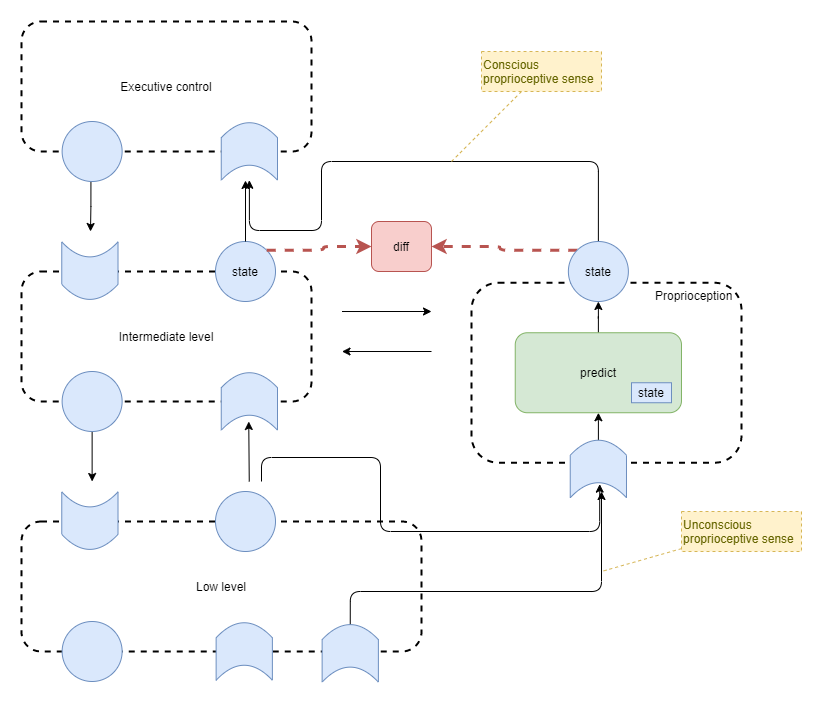
This is files/An-agi-architecture-v1-proprioception.png from malcolmlett/malcolmlett.github.io, a draw.io export, as it was before one commit. Source tidied: cells renumbered, new cells last; positions are measured from the earlier drawing's top-left corner, leaving out a move shared by most shapes.
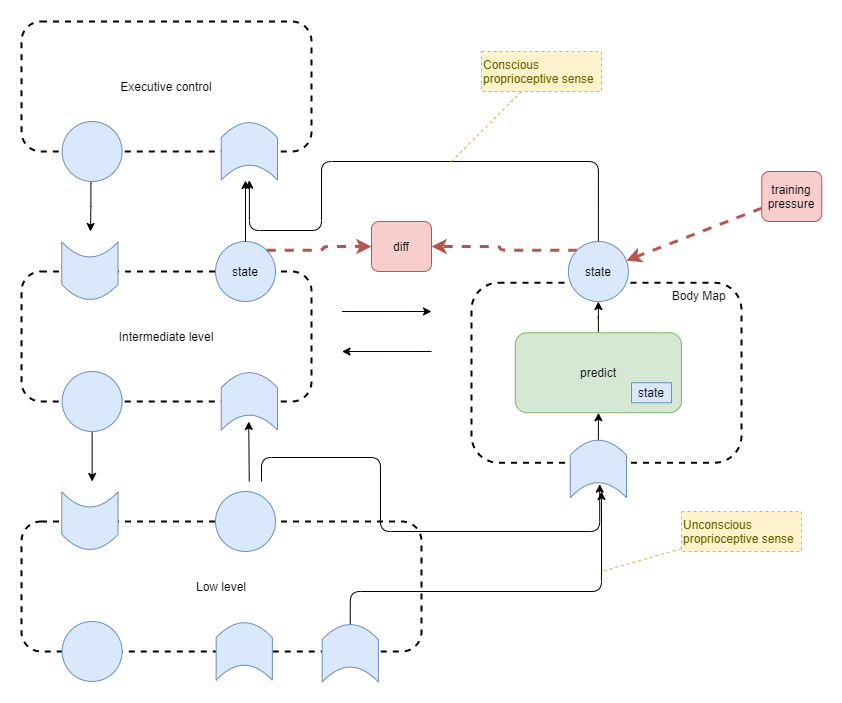
The same diagram one commit later.

Diff of the diagram source:
```diff
@@ -58,7 +58,7 @@
     <mxCell id="18" style="shape=dataStorage;whiteSpace=wrap;html=1;fixedSize=1;rounded=1;strokeWidth=1;fillColor=#dae8fc;strokeColor=#6c8ebf;rotation=-90;size=15;horizontal=1;" parent="17" vertex="1">
       <mxGeometry x="-1" y="1" width="57.5" height="56.2" as="geometry" />
     </mxCell>
-    <mxCell id="19" value="Proprioception&amp;nbsp;&amp;nbsp;" style="rounded=1;whiteSpace=wrap;html=1;fillColor=none;dashed=1;strokeWidth=2;verticalAlign=top;align=right;" parent="1" vertex="1">
+    <mxCell id="19" value="Body Map&amp;nbsp; &amp;nbsp;&amp;nbsp;" style="rounded=1;whiteSpace=wrap;html=1;fillColor=none;dashed=1;strokeWidth=2;verticalAlign=top;align=right;" parent="1" vertex="1">
       <mxGeometry x="450" y="261.2" width="270" height="180" as="geometry" />
     </mxCell>
     <mxCell id="20" style="edgeStyle=orthogonalEdgeStyle;rounded=1;jettySize=auto;html=1;entryX=1;entryY=0.5;entryDx=0;entryDy=0;exitX=0.5;exitY=0;exitDx=0;exitDy=0;" parent="1" edge="1" source="21" target="32">
@@ -159,5 +159,11 @@
     <mxCell id="40" style="shape=dataStorage;whiteSpace=wrap;html=1;fixedSize=1;rounded=1;strokeWidth=1;fillColor=#dae8fc;strokeColor=#6c8ebf;rotation=90;size=15;horizontal=1;" parent="1" vertex="1">
       <mxGeometry x="300" y="603.8" width="57.5" height="56.2" as="geometry" />
     </mxCell>
+    <mxCell id="41" style="rounded=0;jettySize=auto;html=1;endArrow=classic;strokeWidth=3;fontSize=11;fontColor=#000000;dashed=1;strokeColor=#b85450;fillColor=#f8cecc;" parent="1" edge="1" source="42" target="21">
+      <mxGeometry relative="1" as="geometry" />
+    </mxCell>
+    <mxCell id="42" value="training&lt;br&gt;pressure" style="rounded=1;whiteSpace=wrap;html=1;fillColor=#f8cecc;strokeColor=#b85450;" parent="1" vertex="1">
+      <mxGeometry x="740.2" y="150" width="60" height="50" as="geometry" />
+    </mxCell>
   </root>
 </mxGraphModel>
```
